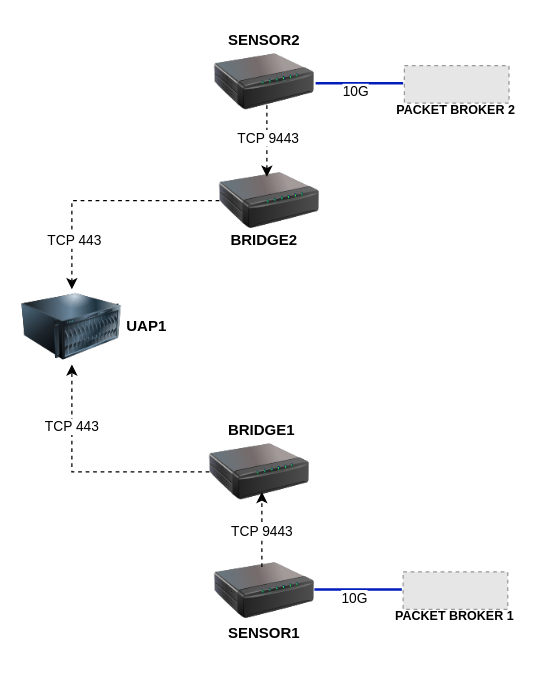
jacmathew/jacmathew keeps this draw.io diagram as woori.drawio. Above is the earlier version. Source tidied: cells renumbered, new cells numbered last; positions are measured from the earlier drawing's top-left corner, leaving out a move shared by most shapes. Both pictures are drawn from the tidied source at 125%, with x=0, y=0 at pixel (21, 21). Pictures stored in the file or linked from it are replaced by grey dashed boxes.
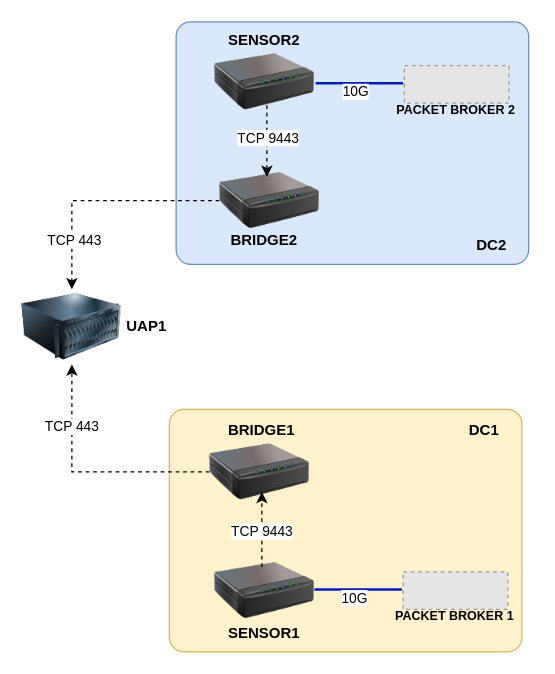
Above is the later version.

The edit, as a diff of the source:
```diff
@@
+    <mxCell id="28" style="rounded=1;whiteSpace=wrap;html=1;arcSize=6;fillColor=#dae8fc;strokeColor=#6c8ebf;" parent="1" vertex="1">
+      <mxGeometry x="123.4" width="282" height="194" as="geometry" />
+    </mxCell>
+    <mxCell id="29" style="rounded=1;whiteSpace=wrap;html=1;arcSize=6;fillColor=#fff2cc;strokeColor=#d6b656;" parent="1" vertex="1">
+      <mxGeometry x="118" y="310" width="282" height="194" as="geometry" />
+    </mxCell>
@@
+    <mxCell id="30" value="&lt;b&gt;DC1&lt;/b&gt;" style="text;html=1;align=center;verticalAlign=middle;whiteSpace=wrap;rounded=0;" parent="1" vertex="1">
+      <mxGeometry x="340" y="312" width="60" height="30" as="geometry" />
+    </mxCell>
+    <mxCell id="31" value="&lt;b&gt;DC2&lt;/b&gt;" style="text;html=1;align=center;verticalAlign=middle;whiteSpace=wrap;rounded=0;" parent="1" vertex="1">
+      <mxGeometry x="346.4" y="164" width="60" height="30" as="geometry" />
+    </mxCell>
```
